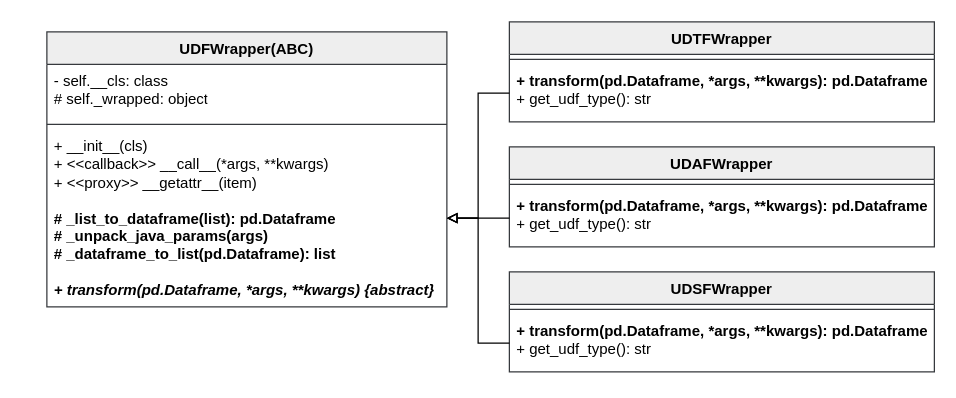
Earlier version of the draw.io diagram page "udf-decorator" (10 of 13) of grad.drawio (shinyano/drawio). Source tidied: cells renumbered, new cells numbered last; positions are measured from the earlier drawing's top-left corner, leaving out a move shared by most shapes. Both pictures are drawn from the tidied source at 125%, with x=0, y=0 at pixel (46, 21).
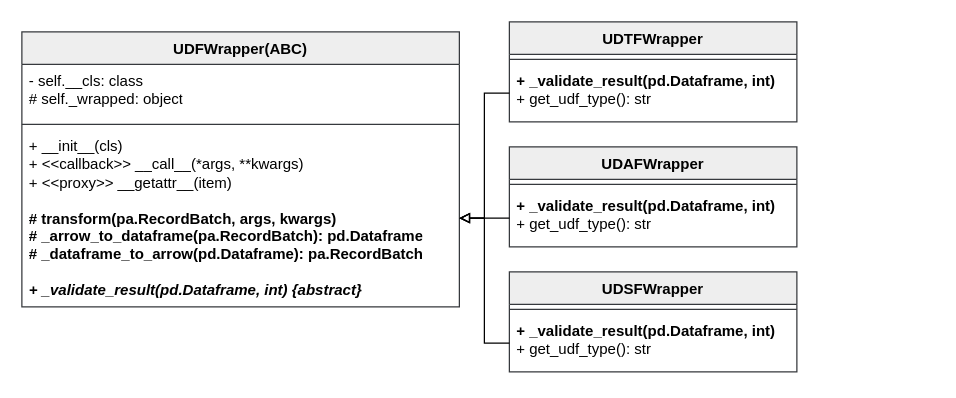
After the change.

Change to the diagram source:
```diff
@@
 <mxGraphModel>
   <root>
     <mxCell id="0" />
     <mxCell id="1" parent="0" />
     <mxCell id="2" value="UDFWrapper(ABC)" style="swimlane;fontStyle=1;align=center;verticalAlign=top;horizontal=1;startSize=26;whiteSpace=wrap;html=1;fillColor=#eeeeee;strokeColor=#36393d;swimlaneFillColor=default;" parent="1" vertex="1">
-      <mxGeometry y="8" width="320" height="220" as="geometry" />
+      <mxGeometry x="-20" y="8" width="350" height="220" as="geometry" />
     </mxCell>
     <mxCell id="3" value="- self.__cls: class&lt;div&gt;#&amp;nbsp;self._wrapped: object&lt;/div&gt;" style="text;strokeColor=none;fillColor=none;align=left;verticalAlign=top;spacingLeft=4;spacingRight=4;overflow=hidden;whiteSpace=wrap;html=1;" parent="2" vertex="1">
-      <mxGeometry y="26" width="320" height="44" as="geometry" />
+      <mxGeometry y="26" width="350" height="44" as="geometry" />
     </mxCell>
     <mxCell id="4" style="line;strokeWidth=1;fillColor=none;align=left;verticalAlign=middle;spacingTop=-1;spacingLeft=3;spacingRight=3;labelPosition=right;strokeColor=inherit;" parent="2" vertex="1">
-      <mxGeometry y="70" width="320" height="8" as="geometry" />
+      <mxGeometry y="70" width="350" height="8" as="geometry" />
     </mxCell>
-    <mxCell id="5" value="&lt;div&gt;+ __init__(cls)&lt;/div&gt;+ &amp;lt;&amp;lt;callback&amp;gt;&amp;gt; __call__(*args, **kwargs)&lt;div&gt;+ &amp;lt;&amp;lt;proxy&amp;gt;&amp;gt; __getattr__(item)&lt;/div&gt;&lt;div&gt;&lt;br&gt;&lt;/div&gt;&lt;div&gt;&lt;b&gt;# _list_to_dataframe(list): pd.Dataframe&lt;/b&gt;&lt;/div&gt;&lt;div&gt;&lt;b&gt;# _unpack_java_params(args)&lt;/b&gt;&lt;/div&gt;&lt;div&gt;&lt;b&gt;# _dataframe_to_list(pd.Dataframe): list&lt;/b&gt;&lt;/div&gt;&lt;div&gt;&lt;b&gt;&lt;br&gt;&lt;/b&gt;&lt;/div&gt;&lt;div&gt;&lt;i&gt;&lt;b&gt;+ transform(pd.Dataframe, *args, **kwargs) {abstract}&lt;/b&gt;&lt;/i&gt;&lt;/div&gt;" style="text;strokeColor=none;fillColor=none;align=left;verticalAlign=top;spacingLeft=4;spacingRight=4;overflow=hidden;points=[[0,0.5],[1,0.5]];portConstraint=eastwest;whiteSpace=wrap;html=1;" parent="2" vertex="1">
-      <mxGeometry y="78" width="320" height="142" as="geometry" />
+    <mxCell id="5" value="&lt;div&gt;+ __init__(cls)&lt;/div&gt;+ &amp;lt;&amp;lt;callback&amp;gt;&amp;gt; __call__(*args, **kwargs)&lt;div&gt;+ &amp;lt;&amp;lt;proxy&amp;gt;&amp;gt; __getattr__(item)&lt;/div&gt;&lt;div&gt;&lt;br&gt;&lt;/div&gt;&lt;div&gt;&lt;b&gt;# transform(pa.RecordBatch, args, kwargs)&lt;/b&gt;&lt;/div&gt;&lt;div&gt;&lt;b&gt;# _arrow_to_dataframe(&lt;/b&gt;&lt;b&gt;pa.RecordBatch&lt;/b&gt;&lt;b&gt;): pd.Dataframe&lt;/b&gt;&lt;/div&gt;&lt;div&gt;&lt;b&gt;# _dataframe_to_arrow(pd.Dataframe):&amp;nbsp;&lt;/b&gt;&lt;span style=&quot;background-color: transparent;&quot;&gt;&lt;b&gt;pa.RecordBatch&lt;/b&gt;&lt;/span&gt;&lt;/div&gt;&lt;div&gt;&lt;b&gt;&lt;br&gt;&lt;/b&gt;&lt;/div&gt;&lt;div&gt;&lt;i&gt;&lt;b&gt;+ _validate_result(pd.Dataframe, int) {abstract}&lt;/b&gt;&lt;/i&gt;&lt;/div&gt;" style="text;strokeColor=none;fillColor=none;align=left;verticalAlign=top;spacingLeft=4;spacingRight=4;overflow=hidden;points=[[0,0.5],[1,0.5]];portConstraint=eastwest;whiteSpace=wrap;html=1;" parent="2" vertex="1">
+      <mxGeometry y="78" width="350" height="142" as="geometry" />
     </mxCell>
     <mxCell id="6" value="UDTFWrapper" style="swimlane;fontStyle=1;align=center;verticalAlign=top;horizontal=1;startSize=26;whiteSpace=wrap;html=1;fillColor=#eeeeee;strokeColor=#36393d;swimlaneFillColor=default;" parent="1" vertex="1">
-      <mxGeometry x="370" width="340" height="80" as="geometry" />
+      <mxGeometry x="370" width="230" height="80" as="geometry" />
     </mxCell>
     <mxCell id="7" style="line;strokeWidth=1;fillColor=none;align=left;verticalAlign=middle;spacingTop=-1;spacingLeft=3;spacingRight=3;labelPosition=right;strokeColor=inherit;" parent="6" vertex="1">
-      <mxGeometry y="26" width="340" height="8" as="geometry" />
+      <mxGeometry y="26" width="230" height="8" as="geometry" />
     </mxCell>
-    <mxCell id="8" value="&lt;b&gt;+ transform(pd.Dataframe, *args, **kwargs): pd.Dataframe&lt;/b&gt;&lt;div&gt;+&amp;nbsp;get_udf_type(): str&lt;/div&gt;" style="text;strokeColor=none;fillColor=none;align=left;verticalAlign=top;spacingLeft=4;spacingRight=4;overflow=hidden;points=[[0,0.5],[1,0.5]];portConstraint=eastwest;whiteSpace=wrap;html=1;" parent="6" vertex="1">
-      <mxGeometry y="34" width="340" height="46" as="geometry" />
+    <mxCell id="8" value="&lt;b&gt;+&amp;nbsp;_validate_result(pd.Dataframe, int)&lt;/b&gt;&lt;div&gt;+&amp;nbsp;get_udf_type(): str&lt;/div&gt;" style="text;strokeColor=none;fillColor=none;align=left;verticalAlign=top;spacingLeft=4;spacingRight=4;overflow=hidden;points=[[0,0.5],[1,0.5]];portConstraint=eastwest;whiteSpace=wrap;html=1;" parent="6" vertex="1">
+      <mxGeometry y="34" width="230" height="46" as="geometry" />
     </mxCell>
     <mxCell id="9" value="UDAFWrapper" style="swimlane;fontStyle=1;align=center;verticalAlign=top;horizontal=1;startSize=26;whiteSpace=wrap;html=1;fillColor=#eeeeee;strokeColor=#36393d;swimlaneFillColor=default;" parent="1" vertex="1">
-      <mxGeometry x="370" y="100" width="340" height="80" as="geometry" />
+      <mxGeometry x="370" y="100" width="230" height="80" as="geometry" />
     </mxCell>
     <mxCell id="10" style="line;strokeWidth=1;fillColor=none;align=left;verticalAlign=middle;spacingTop=-1;spacingLeft=3;spacingRight=3;labelPosition=right;strokeColor=inherit;" parent="9" vertex="1">
-      <mxGeometry y="26" width="340" height="8" as="geometry" />
+      <mxGeometry y="26" width="230" height="8" as="geometry" />
     </mxCell>
-    <mxCell id="11" value="&lt;b&gt;+ transform(pd.Dataframe, *args, **kwargs): pd.Dataframe&lt;/b&gt;&lt;div&gt;+&amp;nbsp;get_udf_type(): str&lt;/div&gt;" style="text;strokeColor=none;fillColor=none;align=left;verticalAlign=top;spacingLeft=4;spacingRight=4;overflow=hidden;points=[[0,0.5],[1,0.5]];portConstraint=eastwest;whiteSpace=wrap;html=1;" parent="9" vertex="1">
-      <mxGeometry y="34" width="340" height="46" as="geometry" />
+    <mxCell id="11" value="&lt;b&gt;+&amp;nbsp;_validate_result(pd.Dataframe, int)&lt;/b&gt;&lt;div&gt;+&amp;nbsp;get_udf_type(): str&lt;/div&gt;" style="text;strokeColor=none;fillColor=none;align=left;verticalAlign=top;spacingLeft=4;spacingRight=4;overflow=hidden;points=[[0,0.5],[1,0.5]];portConstraint=eastwest;whiteSpace=wrap;html=1;" parent="9" vertex="1">
+      <mxGeometry y="34" width="230" height="46" as="geometry" />
     </mxCell>
     <mxCell id="12" value="UDSFWrapper" style="swimlane;fontStyle=1;align=center;verticalAlign=top;horizontal=1;startSize=26;whiteSpace=wrap;html=1;fillColor=#eeeeee;strokeColor=#36393d;swimlaneFillColor=default;" parent="1" vertex="1">
-      <mxGeometry x="370" y="200" width="340" height="80" as="geometry" />
+      <mxGeometry x="370" y="200" width="230" height="80" as="geometry" />
     </mxCell>
     <mxCell id="13" style="line;strokeWidth=1;fillColor=none;align=left;verticalAlign=middle;spacingTop=-1;spacingLeft=3;spacingRight=3;labelPosition=right;strokeColor=inherit;" parent="12" vertex="1">
-      <mxGeometry y="26" width="340" height="8" as="geometry" />
+      <mxGeometry y="26" width="230" height="8" as="geometry" />
     </mxCell>
-    <mxCell id="14" value="&lt;b&gt;+ transform(pd.Dataframe, *args, **kwargs): pd.Dataframe&lt;/b&gt;&lt;div&gt;+&amp;nbsp;get_udf_type(): str&lt;/div&gt;" style="text;strokeColor=none;fillColor=none;align=left;verticalAlign=top;spacingLeft=4;spacingRight=4;overflow=hidden;points=[[0,0.5],[1,0.5]];portConstraint=eastwest;whiteSpace=wrap;html=1;" parent="12" vertex="1">
-      <mxGeometry y="34" width="340" height="46" as="geometry" />
+    <mxCell id="14" value="&lt;b&gt;+&amp;nbsp;_validate_result(pd.Dataframe, int)&lt;/b&gt;&lt;div&gt;+&amp;nbsp;get_udf_type(): str&lt;/div&gt;" style="text;strokeColor=none;fillColor=none;align=left;verticalAlign=top;spacingLeft=4;spacingRight=4;overflow=hidden;points=[[0,0.5],[1,0.5]];portConstraint=eastwest;whiteSpace=wrap;html=1;" parent="12" vertex="1">
+      <mxGeometry y="34" width="230" height="46" as="geometry" />
     </mxCell>
     <mxCell id="15" style="edgeStyle=orthogonalEdgeStyle;rounded=0;jettySize=auto;html=1;entryX=1;entryY=0.5;entryDx=0;entryDy=0;endArrow=block;endFill=0;" parent="1" edge="1" source="8" target="5">
       <mxGeometry relative="1" as="geometry" />
     </mxCell>
     <mxCell id="16" style="edgeStyle=orthogonalEdgeStyle;rounded=0;jettySize=auto;html=1;endArrow=block;endFill=0;entryX=1;entryY=0.5;entryDx=0;entryDy=0;" parent="1" edge="1" source="11" target="5">
       <mxGeometry relative="1" as="geometry" />
     </mxCell>
     <mxCell id="17" style="edgeStyle=orthogonalEdgeStyle;rounded=0;jettySize=auto;html=1;entryX=1;entryY=0.5;entryDx=0;entryDy=0;endArrow=block;endFill=0;" parent="1" edge="1" source="14" target="5">
       <mxGeometry relative="1" as="geometry" />
     </mxCell>
   </root>
 </mxGraphModel>
```
